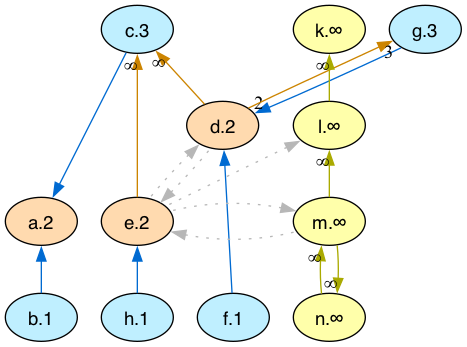
Before: lib/graphs/arg_graph_colored.png, a diagram exported from Graphviz (idaks/Games-and-Argumentation). Its source is kept beside it as lib/graphs/arg_graph_colored.dot.
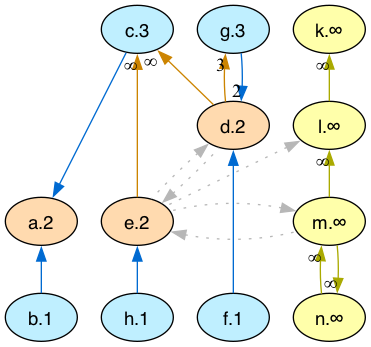
After the change.

Commit message:
add rank param

The edit, as a diff of the source:
```diff
@@ -29,17 +29,17 @@
   edge [dir=back color="#cc8400" style="solid"]
         "c" -> "d"
         "c" -> "e"
+  edge [dir=back color="#006ad1" style="solid" taillabel="2"]
+        "d" -> "g"
+  edge [dir=back color="#cc8400" style="solid" taillabel="3"]
+        "g" -> "d"
   edge [dir=back color="#b7b7b7" style="dotted" constraint=false taillabel=" "]
         "l" -> "e"
         "d" -> "e"
         "e" -> "d"
         "e" -> "m"
         "m" -> "e"
-  edge [dir=back color="#006ad1" style="solid" taillabel="2"]
-        "d" -> "g"
-  edge [dir=back color="#cc8400" style="solid" taillabel="3"]
-        "g" -> "d"
 
-  {rank = max; b; f; h}
-  {rank = min; c; g}
+  {rank = max b f h}
+  {rank = min c g}
 }
```
